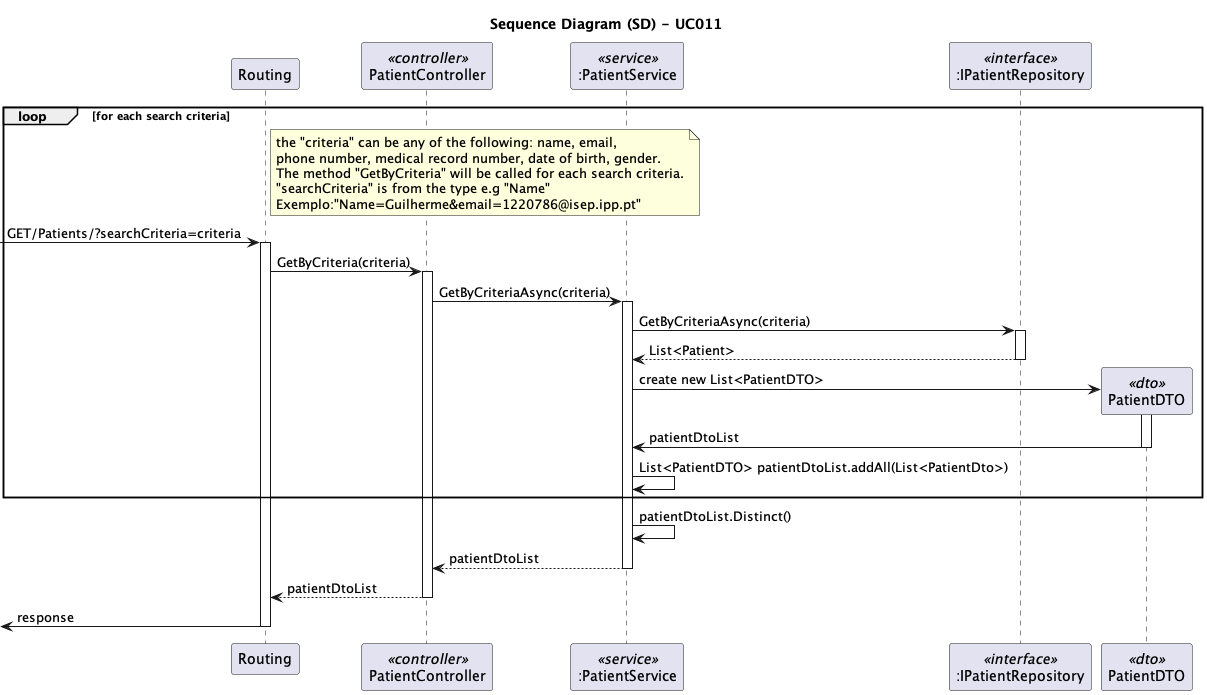
Earlier version of the PlantUML export docs/SprintA/UseCases/UC011/03.design/png/uc011-sequence-diagram.png (1221124/sem5pi-24-25-g031).
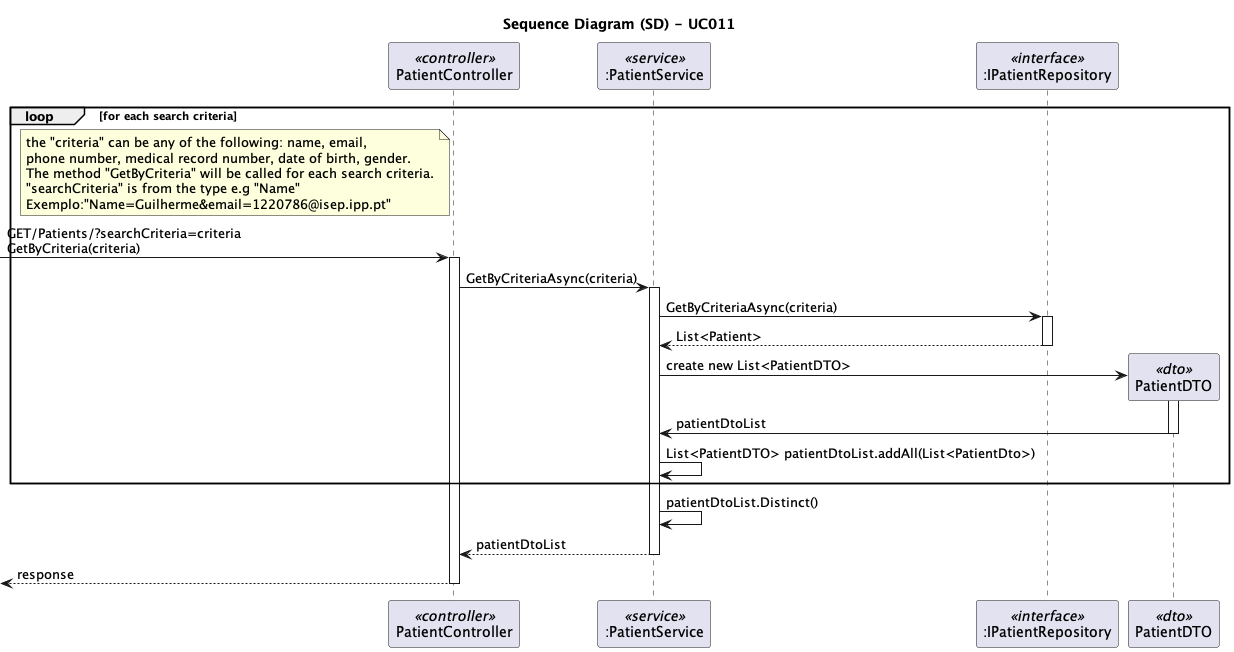
Later version of the same file.

Commit message:
#13 UC0011 Sequence Diagram

Changes to sequence diagram UC011 and png files

Diff of the diagram source:
```diff
@@ -7,8 +7,6 @@
 
 title Sequence Diagram (SD) - UC011
 
-
-participant "Routing" as Routing
 participant "PatientController" as Controller <<controller>>
 participant ":PatientService" as Service <<service>>
 participant ":IPatientRepository" as IPatientRepository <<interface>>
@@ -16,7 +14,7 @@
 
 loop for each search criteria
 
-  note right of Routing
+  note left of Controller
     the "criteria" can be any of the following: name, email,
     phone number, medical record number, date of birth, gender.
     The method "GetByCriteria" will be called for each search criteria.
@@ -24,11 +22,8 @@
     Exemplo:"Name=Guilherme&email=1220786@isep.ipp.pt"
   end note
 
-  -> Routing: GET/Patients/?searchCriteria=criteria
-  activate Routing
-
-    Routing -> Controller: GetByCriteria(criteria)
-    activate Controller
+  -> Controller: GET/Patients/?searchCriteria=criteria\nGetByCriteria(criteria)
+  activate Controller
 
       Controller -> Service: GetByCriteriaAsync(criteria)
       activate Service
@@ -53,11 +48,8 @@
         Service --> Controller: patientDtoList
       deactivate Service
 
-      Controller --> Routing: patientDtoList
-    deactivate Controller
-
-    <- Routing : response
-  deactivate Routing
+    <-- Controller : response
+  deactivate Controller
 
 
 
```
